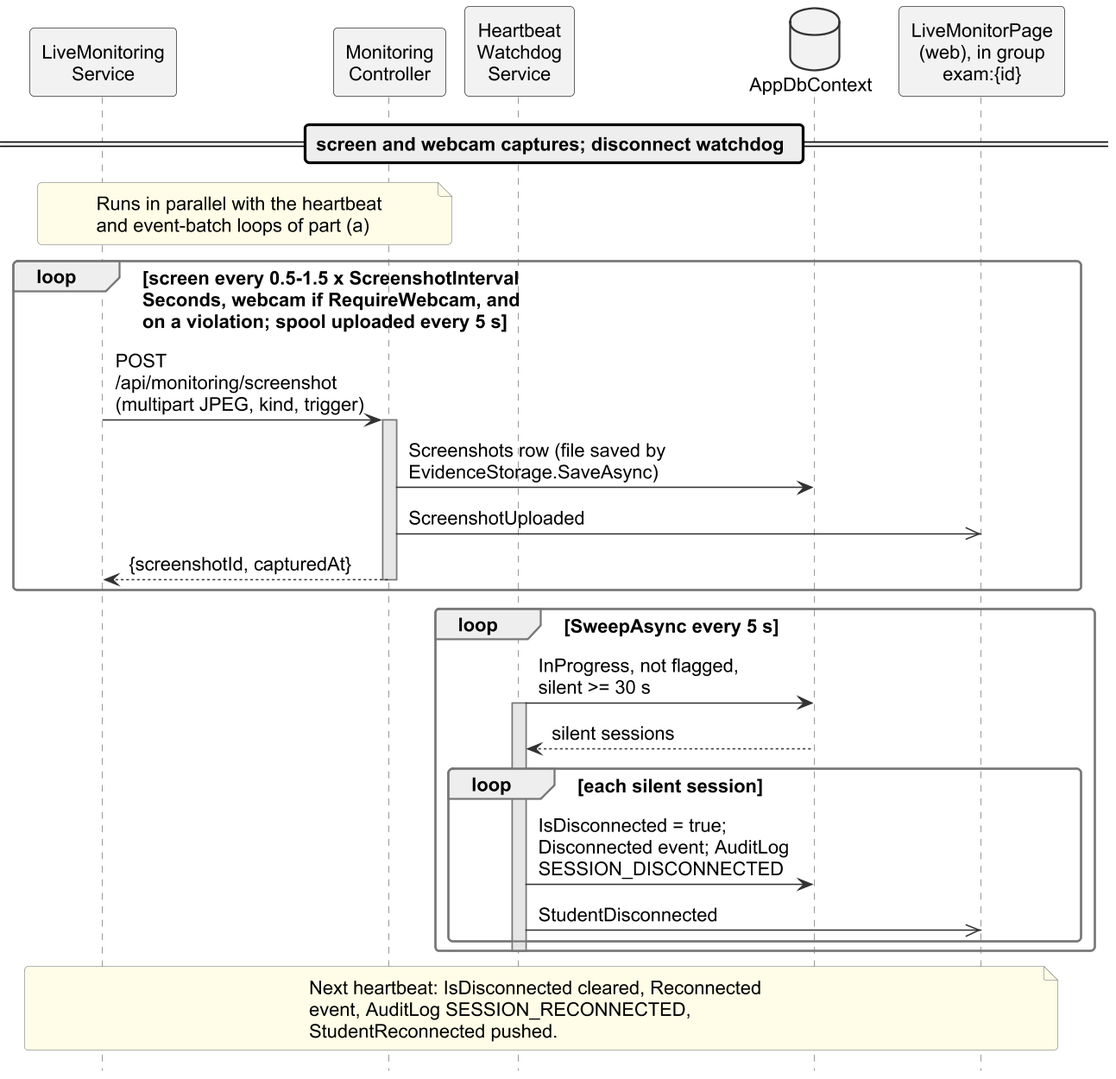
Before: important docs/fyp_doc_3chatp/Figures/seq_telemetry_b.png, a diagram exported from PlantUML (Haiderali27-hub/AI-Lab-Monitoring-). The source it was exported from:
```plantuml
@startuml
!include style.iuml
skinparam defaultFontSize 14
skinparam ArrowFontSize 14
skinparam maxMessageSize 200
hide footbox
hide unlinked
skinparam ParticipantPadding 2
skinparam BoxPadding 0
skinparam sequence {
  MessageAlign left
  LifeLineBackgroundColor #E6E6E6
}

participant "ExamDashboard\n+ Dashboard\nViewModel" as VM
participant "LiveMonitoring\nService" as LM
participant "Exams\nController" as EC
participant "Monitoring\nController" as MC
participant "Heartbeat\nWatchdog\nService" as WD
database "AppDbContext" as DB
participant "LiveMonitorPage\n(web), in group\nexam:{id}" as WEB
participant "Monitoring\nHub" as HUB
== screen and webcam captures; disconnect watchdog ==
note over LM, MC : Runs in parallel with the heartbeat\nand event-batch loops of part (a)
loop screen every 0.5-1.5 x ScreenshotInterval\nSeconds, webcam if RequireWebcam, and\non a violation; spool uploaded every 5 s
    LM -> MC : POST /api/monitoring/screenshot\n(multipart JPEG, kind, trigger)
    activate MC
    MC -> DB : Screenshots row (file saved by\nEvidenceStorage.SaveAsync)
    MC ->> WEB : ScreenshotUploaded
    MC --> LM : {screenshotId, capturedAt}
    deactivate MC
  end

loop SweepAsync every 5 s
  WD -> DB : InProgress, not flagged,\nsilent >= 30 s
  activate WD
  DB --> WD : silent sessions
  loop each silent session
    WD -> DB : IsDisconnected = true;\nDisconnected event; AuditLog\nSESSION_DISCONNECTED
    WD ->> WEB : StudentDisconnected
  end
  deactivate WD
end
note over LM, WEB
Next heartbeat: IsDisconnected cleared, Reconnected
event, AuditLog SESSION_RECONNECTED,
StudentReconnected pushed.
end note
@enduml
```
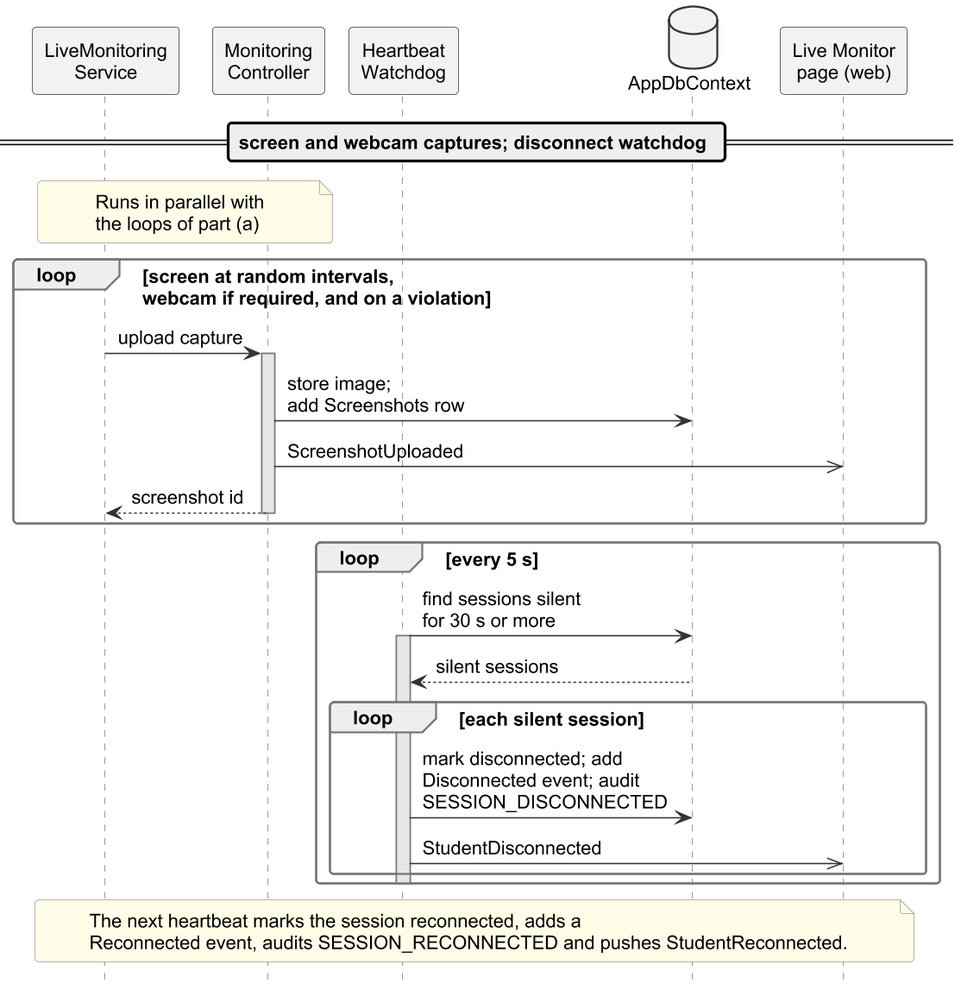
Above is the later version.

What changed in the source:
```diff
@@ -2,48 +2,47 @@
 !include style.iuml
 skinparam defaultFontSize 14
 skinparam ArrowFontSize 14
-skinparam maxMessageSize 200
+skinparam maxMessageSize 220
 hide footbox
 hide unlinked
-skinparam ParticipantPadding 2
+skinparam ParticipantPadding 4
 skinparam BoxPadding 0
 skinparam sequence {
   MessageAlign left
   LifeLineBackgroundColor #E6E6E6
 }
 
-participant "ExamDashboard\n+ Dashboard\nViewModel" as VM
+participant "ExamDashboard\n(WPF client)" as VM
 participant "LiveMonitoring\nService" as LM
 participant "Exams\nController" as EC
 participant "Monitoring\nController" as MC
-participant "Heartbeat\nWatchdog\nService" as WD
+participant "Heartbeat\nWatchdog" as WD
 database "AppDbContext" as DB
-participant "LiveMonitorPage\n(web), in group\nexam:{id}" as WEB
+participant "Live Monitor\npage (web)" as WEB
 participant "Monitoring\nHub" as HUB
 == screen and webcam captures; disconnect watchdog ==
-note over LM, MC : Runs in parallel with the heartbeat\nand event-batch loops of part (a)
-loop screen every 0.5-1.5 x ScreenshotInterval\nSeconds, webcam if RequireWebcam, and\non a violation; spool uploaded every 5 s
-    LM -> MC : POST /api/monitoring/screenshot\n(multipart JPEG, kind, trigger)
-    activate MC
-    MC -> DB : Screenshots row (file saved by\nEvidenceStorage.SaveAsync)
-    MC ->> WEB : ScreenshotUploaded
-    MC --> LM : {screenshotId, capturedAt}
-    deactivate MC
-  end
+note over LM, MC : Runs in parallel with\nthe loops of part (a)
+loop screen at random intervals,\nwebcam if required, and on a violation
+  LM -> MC : upload capture
+  activate MC
+  MC -> DB : store image;\nadd Screenshots row
+  MC ->> WEB : ScreenshotUploaded
+  MC --> LM : screenshot id
+  deactivate MC
+end
 
-loop SweepAsync every 5 s
-  WD -> DB : InProgress, not flagged,\nsilent >= 30 s
+loop every 5 s
+  WD -> DB : find sessions silent\nfor 30 s or more
   activate WD
   DB --> WD : silent sessions
   loop each silent session
-    WD -> DB : IsDisconnected = true;\nDisconnected event; AuditLog\nSESSION_DISCONNECTED
+    WD -> DB : mark disconnected; add\nDisconnected event; audit\nSESSION_DISCONNECTED
     WD ->> WEB : StudentDisconnected
   end
   deactivate WD
 end
 note over LM, WEB
-Next heartbeat: IsDisconnected cleared, Reconnected
-event, AuditLog SESSION_RECONNECTED,
-StudentReconnected pushed.
+The next heartbeat marks the session reconnected, adds a
+Reconnected event, audits SESSION_RECONNECTED and pushes StudentReconnected.
 end note
 @enduml
```
